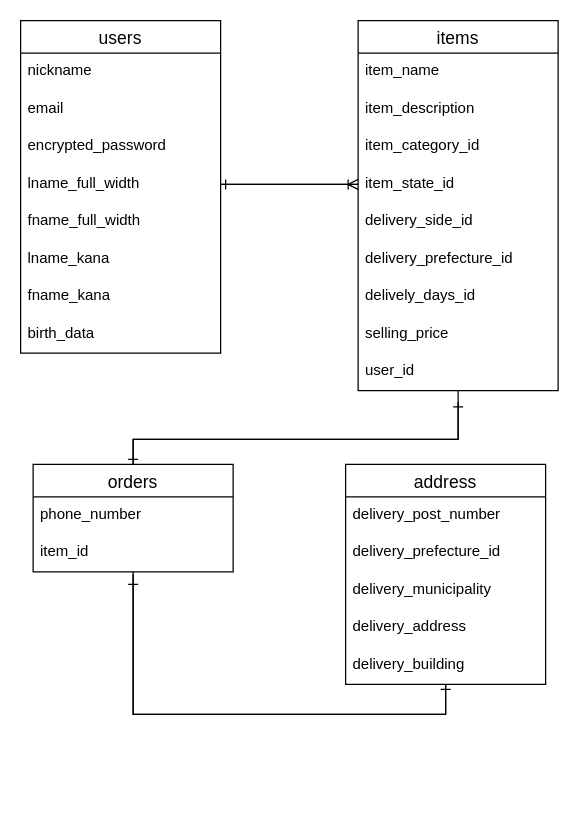
The draw.io diagram furima.dio in ama-01311/furima-33935, before the edit. Source tidied: cells renumbered, new cells numbered last; positions are measured from the earlier drawing's top-left corner, leaving out a move shared by most shapes. Both pictures are drawn from the tidied source at 125%, with x=0, y=0 at pixel (20, 20).
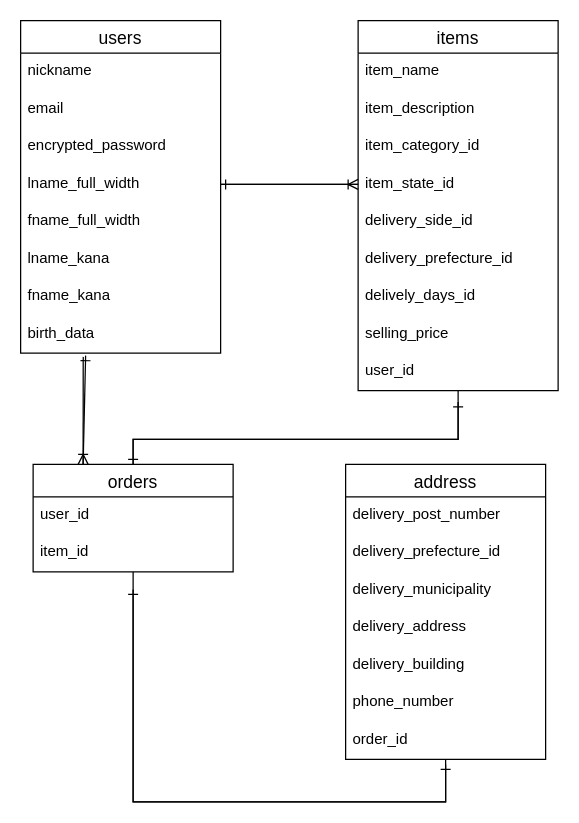
Above is the later version.

Commit message (it also covers changes not shown here):
ER図・README修正２

Unchanged cells that the change refers to:
```xml
<mxCell id="10" value="birth_data" style="text;strokeColor=none;fillColor=none;spacingLeft=4;spacingRight=4;overflow=hidden;points=[[0,0.5],[1,0.5]];portConstraint=eastwest;fontSize=12;" parent="2" vertex="1">
  <mxGeometry y="236" width="160" height="30" as="geometry" />
</mxCell>
<mxCell id="24" value="orders" style="swimlane;fontStyle=0;horizontal=1;startSize=26;align=center;fontSize=14;" parent="1" vertex="1">
  <mxGeometry x="10" y="355" width="160" height="86" as="geometry" />
</mxCell>
<mxCell id="33" value="delivery_building" style="text;strokeColor=none;fillColor=none;spacingLeft=4;spacingRight=4;overflow=hidden;points=[[0,0.5],[1,0.5]];portConstraint=eastwest;fontSize=12;" parent="28" vertex="1">
  <mxGeometry y="146" width="160" height="30" as="geometry" />
</mxCell>
```

The edit, as a diff of the source:
```diff
@@
-    <mxCell id="23" style="edgeStyle=orthogonalEdgeStyle;rounded=0;jettySize=auto;html=1;endArrow=ERone;endFill=0;" parent="1" edge="1" source="24" target="33">
+    <mxCell id="23" style="edgeStyle=orthogonalEdgeStyle;rounded=0;jettySize=auto;html=1;endArrow=ERone;endFill=0;" parent="1" edge="1" source="24">
       <mxGeometry relative="1" as="geometry">
+        <mxPoint x="340" y="595" as="targetPoint" />
         <Array as="points">
-          <mxPoint x="90" y="555" />
-          <mxPoint x="340" y="555" />
+          <mxPoint x="90" y="625" />
+          <mxPoint x="340" y="625" />
         </Array>
       </mxGeometry>
     </mxCell>
+    <mxCell id="36" style="edgeStyle=none;rounded=0;jettySize=auto;html=1;entryX=0.325;entryY=1.067;entryDx=0;entryDy=0;entryPerimeter=0;endArrow=ERone;endFill=0;exitX=0.25;exitY=0;exitDx=0;exitDy=0;" parent="1" edge="1" source="24" target="10">
+      <mxGeometry relative="1" as="geometry" />
+    </mxCell>
@@
-    <mxCell id="25" value="phone_number" style="text;strokeColor=none;fillColor=none;spacingLeft=4;spacingRight=4;overflow=hidden;fontSize=12;" parent="24" vertex="1">
+    <mxCell id="25" value="user_id" style="text;strokeColor=none;fillColor=none;spacingLeft=4;spacingRight=4;overflow=hidden;fontSize=12;" parent="24" vertex="1">
       <mxGeometry y="26" width="160" height="30" as="geometry" />
     </mxCell>
@@
     <mxCell id="27" style="edgeStyle=orthogonalEdgeStyle;rounded=0;jettySize=auto;html=1;endArrow=ERone;endFill=0;" parent="1" edge="1" source="28">
       <mxGeometry relative="1" as="geometry">
         <mxPoint x="90" y="455" as="targetPoint" />
         <Array as="points">
-          <mxPoint x="340" y="555" />
-          <mxPoint x="90" y="555" />
-          <mxPoint x="90" y="443" />
+          <mxPoint x="340" y="625" />
+          <mxPoint x="90" y="625" />
         </Array>
       </mxGeometry>
     </mxCell>
     <mxCell id="28" value="address" style="swimlane;fontStyle=0;horizontal=1;startSize=26;align=center;fontSize=14;" parent="1" vertex="1">
-      <mxGeometry x="260" y="355" width="160" height="176" as="geometry" />
+      <mxGeometry x="260" y="355" width="160" height="236" as="geometry" />
     </mxCell>
@@
+    <mxCell id="37" value="phone_number" style="text;strokeColor=none;fillColor=none;spacingLeft=4;spacingRight=4;overflow=hidden;fontSize=12;" parent="28" vertex="1">
+      <mxGeometry y="176" width="160" height="30" as="geometry" />
+    </mxCell>
+    <mxCell id="38" value="order_id" style="text;strokeColor=none;fillColor=none;spacingLeft=4;spacingRight=4;overflow=hidden;fontSize=12;" parent="28" vertex="1">
+      <mxGeometry y="206" width="160" height="30" as="geometry" />
+    </mxCell>
@@
+    <mxCell id="39" style="edgeStyle=none;rounded=0;jettySize=auto;html=1;entryX=0.25;entryY=0;entryDx=0;entryDy=0;endArrow=ERoneToMany;endFill=0;exitX=0.313;exitY=1.1;exitDx=0;exitDy=0;exitPerimeter=0;" parent="1" edge="1" source="10" target="24">
+      <mxGeometry relative="1" as="geometry" />
+    </mxCell>
```
